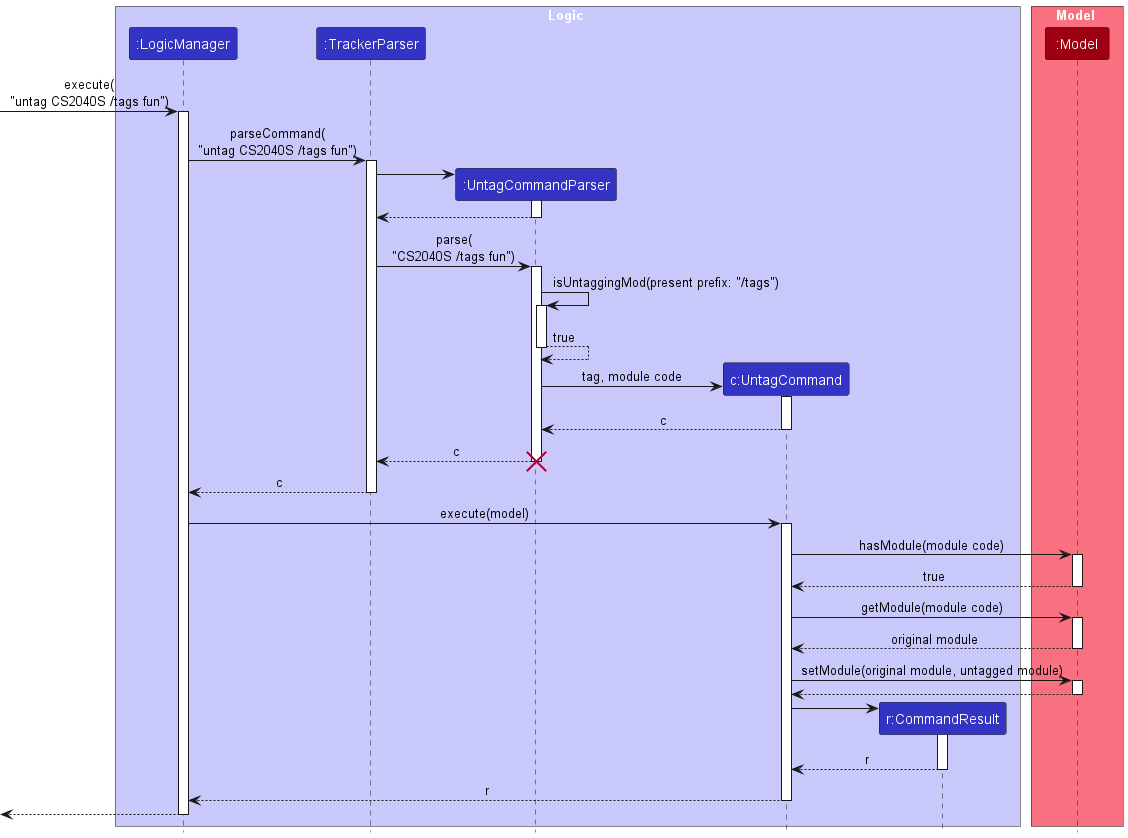
Above: docs/images/UntagSequenceDiagram.png in nus-cs2103-AY2223S2/tp (PlantUML), before the change. The source it was exported from:
```plantuml
@startuml
!include style.puml

box Logic LOGIC_COLOR_T1
participant ":LogicManager" as LogicManager LOGIC_COLOR
participant ":TrackerParser" as TrackerParser LOGIC_COLOR
participant ":UntagCommandParser" as UntagCommandParser LOGIC_COLOR
participant "c:UntagCommand" as UntagCommand LOGIC_COLOR
participant "r:CommandResult" as CommandResult LOGIC_COLOR
end box

box Model MODEL_COLOR_T1
participant ":Model" as Model MODEL_COLOR
end box

[-> LogicManager : execute(\n"untag CS2040S /tags fun")
activate LogicManager

LogicManager -> TrackerParser : parseCommand(\n"untag CS2040S /tags fun")
activate TrackerParser

create UntagCommandParser
TrackerParser -> UntagCommandParser
activate UntagCommandParser

UntagCommandParser --> TrackerParser
deactivate UntagCommandParser

TrackerParser -> UntagCommandParser : parse(\n"CS2040S /tags fun")
activate UntagCommandParser

UntagCommandParser -> UntagCommandParser : isUntaggingMod(present prefix: "/tags")
activate UntagCommandParser

UntagCommandParser --> UntagCommandParser : true
deactivate UntagCommandParser

create UntagCommand
UntagCommandParser -> UntagCommand : tag, module code
activate UntagCommand

UntagCommand --> UntagCommandParser : c
deactivate UntagCommand

UntagCommandParser --> TrackerParser : c
destroy UntagCommandParser

TrackerParser --> LogicManager : c
deactivate TrackerParser

LogicManager -> UntagCommand : execute(model)
activate UntagCommand

UntagCommand -> Model : hasModule(module code)
activate Model

Model --> UntagCommand : true
deactivate Model

UntagCommand -> Model : getModule(module code)
activate Model

Model --> UntagCommand : original module
deactivate Model

UntagCommand -> Model : setModule(original module, untagged module)
activate Model

Model --> UntagCommand
deactivate Model

create CommandResult
UntagCommand -> CommandResult
activate CommandResult

CommandResult --> UntagCommand : r
deactivate CommandResult

UntagCommand --> LogicManager : r
deactivate UntagCommand

LogicManager -->[
deactivate LogicManager

@enduml
```
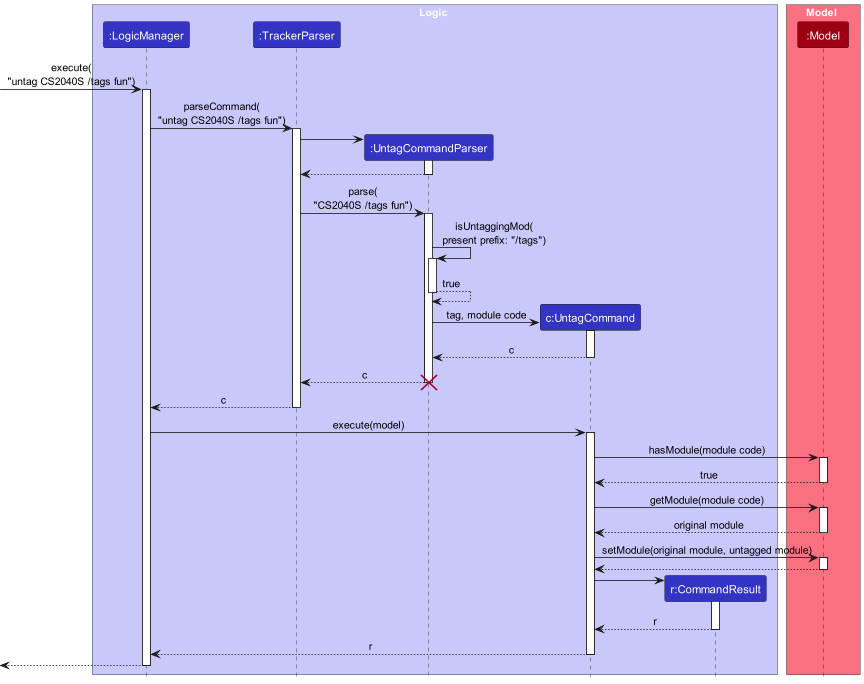
After the commit.

Commit message:
Update corredt sequence diagram for import in DG

Change to the diagram source:
```diff
@@ -29,7 +29,7 @@
 TrackerParser -> UntagCommandParser : parse(\n"CS2040S /tags fun")
 activate UntagCommandParser
 
-UntagCommandParser -> UntagCommandParser : isUntaggingMod(present prefix: "/tags")
+UntagCommandParser -> UntagCommandParser : isUntaggingMod(\npresent prefix: "/tags")
 activate UntagCommandParser
 
 UntagCommandParser --> UntagCommandParser : true
```
